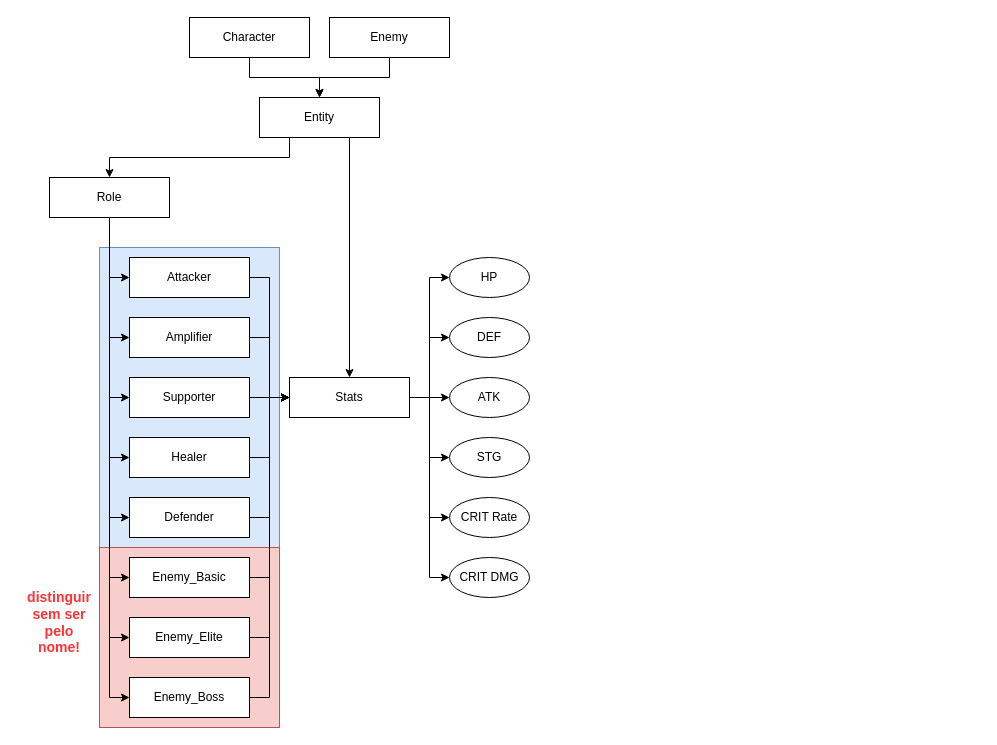
Above: drawio/rpg-game.drawio in TitoSilva5000/rpg-game (draw.io), before the change. Source tidied: cells renumbered, new cells numbered last; positions are measured from the earlier drawing's top-left corner, leaving out a move shared by most shapes. Both pictures are drawn from the tidied source at 100%, with x=0, y=0 at pixel (29, 17).
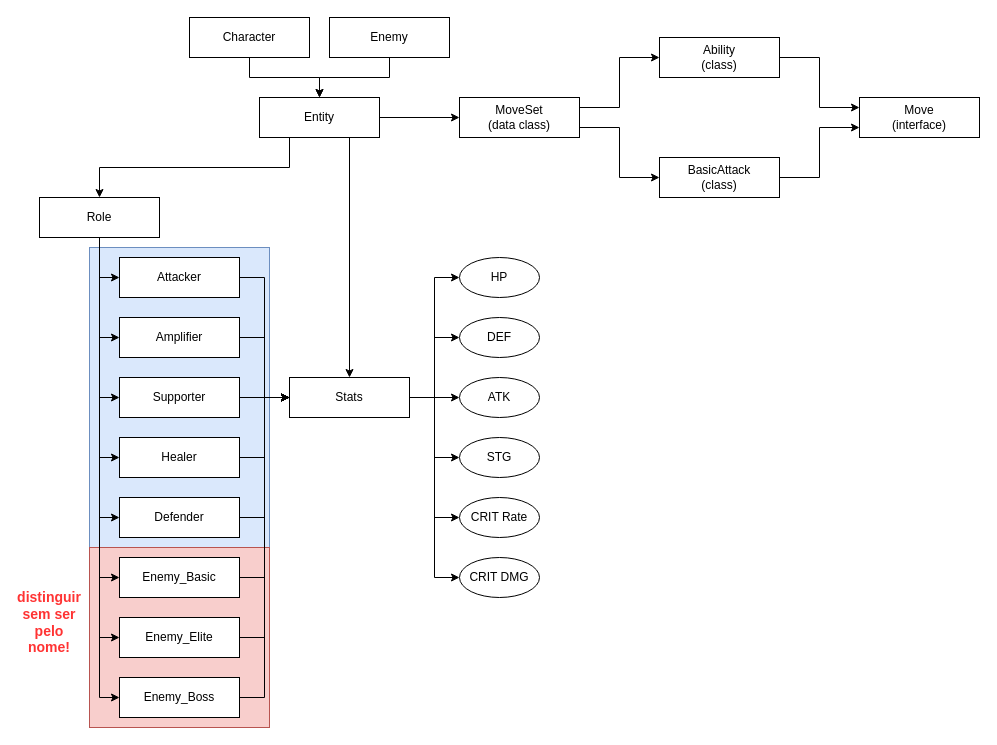
The same diagram, later.

Unchanged cells that the change refers to:
```xml
<mxCell id="48" value="Entity" style="rounded=0;whiteSpace=wrap;html=1;" parent="1" vertex="1">
  <mxGeometry x="230" y="80" width="120" height="40" as="geometry" />
</mxCell>
```

Diff of the diagram source:
```diff
@@
     <mxCell id="2" style="whiteSpace=wrap;html=1;fillColor=#dae8fc;strokeColor=#6c8ebf;" parent="1" vertex="1">
-      <mxGeometry x="70" y="230" width="180" height="300" as="geometry" />
+      <mxGeometry x="60" y="230" width="180" height="300" as="geometry" />
     </mxCell>
     <mxCell id="3" style="whiteSpace=wrap;html=1;fillColor=#f8cecc;strokeColor=#b85450;" parent="1" vertex="1">
-      <mxGeometry x="70" y="530" width="180" height="180" as="geometry" />
+      <mxGeometry x="60" y="530" width="180" height="180" as="geometry" />
     </mxCell>
@@
     <mxCell id="15" value="ATK" style="ellipse;whiteSpace=wrap;html=1;" parent="1" vertex="1">
-      <mxGeometry x="420" y="360" width="80" height="40" as="geometry" />
+      <mxGeometry x="430" y="360" width="80" height="40" as="geometry" />
     </mxCell>
     <mxCell id="16" value="DEF" style="ellipse;whiteSpace=wrap;html=1;" parent="1" vertex="1">
-      <mxGeometry x="420" y="300" width="80" height="40" as="geometry" />
+      <mxGeometry x="430" y="300" width="80" height="40" as="geometry" />
     </mxCell>
     <mxCell id="17" value="HP" style="ellipse;whiteSpace=wrap;html=1;" parent="1" vertex="1">
-      <mxGeometry x="420" y="240" width="80" height="40" as="geometry" />
+      <mxGeometry x="430" y="240" width="80" height="40" as="geometry" />
     </mxCell>
     <mxCell id="18" value="STG" style="ellipse;whiteSpace=wrap;html=1;" parent="1" vertex="1">
-      <mxGeometry x="420" y="420" width="80" height="40" as="geometry" />
+      <mxGeometry x="430" y="420" width="80" height="40" as="geometry" />
     </mxCell>
@@
     <mxCell id="27" value="Role" style="rounded=0;whiteSpace=wrap;html=1;fontStyle=0;" parent="1" vertex="1">
-      <mxGeometry x="20" y="160" width="120" height="40" as="geometry" />
+      <mxGeometry x="10" y="180" width="120" height="40" as="geometry" />
     </mxCell>
@@
     <mxCell id="29" value="Attacker" style="rounded=0;whiteSpace=wrap;html=1;" parent="1" vertex="1">
-      <mxGeometry x="100" y="240" width="120" height="40" as="geometry" />
+      <mxGeometry x="90" y="240" width="120" height="40" as="geometry" />
     </mxCell>
@@
     <mxCell id="31" value="Defender" style="rounded=0;whiteSpace=wrap;html=1;" parent="1" vertex="1">
-      <mxGeometry x="100" y="480" width="120" height="40" as="geometry" />
+      <mxGeometry x="90" y="480" width="120" height="40" as="geometry" />
     </mxCell>
@@
     <mxCell id="35" value="Amplifier" style="rounded=0;whiteSpace=wrap;html=1;" parent="1" vertex="1">
-      <mxGeometry x="100" y="300" width="120" height="40" as="geometry" />
+      <mxGeometry x="90" y="300" width="120" height="40" as="geometry" />
     </mxCell>
@@
     <mxCell id="37" value="Supporter" style="rounded=0;whiteSpace=wrap;html=1;" parent="1" vertex="1">
-      <mxGeometry x="100" y="360" width="120" height="40" as="geometry" />
+      <mxGeometry x="90" y="360" width="120" height="40" as="geometry" />
     </mxCell>
@@
     <mxCell id="39" value="Healer" style="rounded=0;whiteSpace=wrap;html=1;" parent="1" vertex="1">
-      <mxGeometry x="100" y="420" width="120" height="40" as="geometry" />
+      <mxGeometry x="90" y="420" width="120" height="40" as="geometry" />
     </mxCell>
     <mxCell id="40" value="CRIT Rate" style="ellipse;whiteSpace=wrap;html=1;" parent="1" vertex="1">
-      <mxGeometry x="420" y="480" width="80" height="40" as="geometry" />
+      <mxGeometry x="430" y="480" width="80" height="40" as="geometry" />
     </mxCell>
     <mxCell id="41" value="CRIT DMG" style="ellipse;whiteSpace=wrap;html=1;" parent="1" vertex="1">
-      <mxGeometry x="420" y="540" width="80" height="40" as="geometry" />
+      <mxGeometry x="430" y="540" width="80" height="40" as="geometry" />
     </mxCell>
@@
     <mxCell id="43" value="Enemy_Basic" style="rounded=0;whiteSpace=wrap;html=1;" parent="1" vertex="1">
-      <mxGeometry x="100" y="540" width="120" height="40" as="geometry" />
+      <mxGeometry x="90" y="540" width="120" height="40" as="geometry" />
     </mxCell>
@@
     <mxCell id="45" value="Enemy_Elite" style="rounded=0;whiteSpace=wrap;html=1;" parent="1" vertex="1">
-      <mxGeometry x="100" y="600" width="120" height="40" as="geometry" />
+      <mxGeometry x="90" y="600" width="120" height="40" as="geometry" />
     </mxCell>
@@
     <mxCell id="47" value="Enemy_Boss" style="rounded=0;whiteSpace=wrap;html=1;" parent="1" vertex="1">
-      <mxGeometry x="100" y="660" width="120" height="40" as="geometry" />
+      <mxGeometry x="90" y="660" width="120" height="40" as="geometry" />
     </mxCell>
+    <mxCell id="50" style="edgeStyle=orthogonalEdgeStyle;rounded=0;jettySize=auto;html=1;exitX=1;exitY=0.5;exitDx=0;exitDy=0;entryX=0;entryY=0.5;entryDx=0;entryDy=0;" parent="1" edge="1" source="48" target="53">
+      <mxGeometry relative="1" as="geometry" />
+    </mxCell>
@@
     <mxCell id="49" value="&lt;font style=&quot;color: rgb(255, 51, 51); font-size: 14px;&quot;&gt;&lt;b style=&quot;&quot;&gt;distinguir sem ser pelo nome!&lt;/b&gt;&lt;/font&gt;" style="text;html=1;whiteSpace=wrap;strokeColor=none;fillColor=none;align=center;verticalAlign=middle;rounded=0;" parent="1" vertex="1">
-      <mxGeometry y="590" width="60" height="30" as="geometry" />
+      <mxGeometry x="-10" y="590" width="60" height="30" as="geometry" />
     </mxCell>
+    <mxCell id="51" style="edgeStyle=orthogonalEdgeStyle;rounded=0;jettySize=auto;html=1;exitX=1;exitY=0.75;exitDx=0;exitDy=0;entryX=0;entryY=0.5;entryDx=0;entryDy=0;" parent="1" edge="1" source="53" target="55">
+      <mxGeometry relative="1" as="geometry" />
+    </mxCell>
+    <mxCell id="52" style="edgeStyle=orthogonalEdgeStyle;rounded=0;jettySize=auto;html=1;exitX=1;exitY=0.25;exitDx=0;exitDy=0;entryX=0;entryY=0.5;entryDx=0;entryDy=0;" parent="1" edge="1" source="53" target="57">
+      <mxGeometry relative="1" as="geometry" />
+    </mxCell>
+    <mxCell id="53" value="MoveSet&lt;div&gt;(data class)&lt;/div&gt;" style="rounded=0;whiteSpace=wrap;html=1;fontStyle=0;" parent="1" vertex="1">
+      <mxGeometry x="430" y="80" width="120" height="40" as="geometry" />
+    </mxCell>
+    <mxCell id="54" style="edgeStyle=orthogonalEdgeStyle;rounded=0;jettySize=auto;html=1;exitX=1;exitY=0.5;exitDx=0;exitDy=0;entryX=0;entryY=0.75;entryDx=0;entryDy=0;" parent="1" edge="1" source="55" target="58">
+      <mxGeometry relative="1" as="geometry" />
+    </mxCell>
+    <mxCell id="55" value="BasicAttack&lt;div&gt;(class)&lt;/div&gt;" style="rounded=0;whiteSpace=wrap;html=1;fontStyle=0;" parent="1" vertex="1">
+      <mxGeometry x="630" y="140" width="120" height="40" as="geometry" />
+    </mxCell>
+    <mxCell id="56" style="edgeStyle=orthogonalEdgeStyle;rounded=0;jettySize=auto;html=1;exitX=1;exitY=0.5;exitDx=0;exitDy=0;entryX=0;entryY=0.25;entryDx=0;entryDy=0;" parent="1" edge="1" source="57" target="58">
+      <mxGeometry relative="1" as="geometry" />
+    </mxCell>
+    <mxCell id="57" value="Ability&lt;br&gt;(class)" style="rounded=0;whiteSpace=wrap;html=1;fontStyle=0;" parent="1" vertex="1">
+      <mxGeometry x="630" y="20" width="120" height="40" as="geometry" />
+    </mxCell>
+    <mxCell id="58" value="Move&lt;div&gt;(interface)&lt;/div&gt;" style="rounded=0;whiteSpace=wrap;html=1;fontStyle=0;" parent="1" vertex="1">
+      <mxGeometry x="830" y="80" width="120" height="40" as="geometry" />
+    </mxCell>
```
